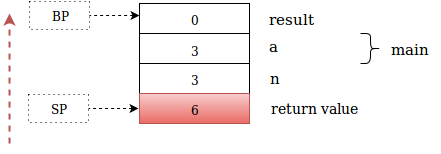
silcnitc/silcnitc.github.io keeps this draw.io diagram as img/data_structure_46.png. Above is the earlier version. Source tidied: cells renumbered, new cells last; positions are measured from the earlier drawing's top-left corner, leaving out a move shared by most shapes. The source it was exported from:
```xml
<mxGraphModel background="#ffffff">
  <root>
    <mxCell id="0" />
    <mxCell id="1" parent="0" />
    <mxCell id="2" style="whiteSpace=wrap;html=1;fillColor=#ffffff;strokeColor=#000000;" parent="1" vertex="1">
      <mxGeometry x="130" y="32" width="110" height="30" as="geometry" />
    </mxCell>
    <mxCell id="3" value="a" style="text;html=1;strokeColor=none;fillColor=none;align=center;verticalAlign=middle;whiteSpace=wrap;overflow=hidden;fontFamily=Gentium Basic;fontSize=15;" parent="1" vertex="1">
      <mxGeometry x="233" y="32" width="60" height="25" as="geometry" />
    </mxCell>
    <mxCell id="4" style="endArrow=classic;html=1;fontFamily=Gentium Basic;dashed=1;strokeWidth=2;fontColor=#E1D5E7;plain-red;" parent="1" edge="1">
      <mxGeometry x="314" y="114" as="geometry">
        <mxPoint y="142" as="sourcePoint" />
        <mxPoint y="12" as="targetPoint" />
      </mxGeometry>
    </mxCell>
    <mxCell id="5" value="3" style="text;html=1;strokeColor=none;fillColor=none;align=center;verticalAlign=middle;whiteSpace=wrap;overflow=hidden;fontFamily=Gentium Basic;" parent="1" vertex="1">
      <mxGeometry x="155" y="36" width="60" height="25" as="geometry" />
    </mxCell>
    <mxCell id="6" style="whiteSpace=wrap;html=1;fillColor=#ffffff;strokeColor=#000000;" parent="1" vertex="1">
      <mxGeometry x="130" y="62" width="110" height="30" as="geometry" />
    </mxCell>
    <mxCell id="7" value="3" style="text;html=1;strokeColor=none;fillColor=none;align=center;verticalAlign=middle;whiteSpace=wrap;overflow=hidden;fontFamily=Gentium Basic;" parent="1" vertex="1">
      <mxGeometry x="155" y="65" width="60" height="25" as="geometry" />
    </mxCell>
    <mxCell id="8" value="n &lt;br&gt;" style="text;html=1;strokeColor=none;fillColor=none;align=center;verticalAlign=middle;whiteSpace=wrap;overflow=hidden;fontFamily=Gentium Basic;fontSize=15;" parent="1" vertex="1">
      <mxGeometry x="235" y="64" width="60" height="25" as="geometry" />
    </mxCell>
    <mxCell id="9" style="whiteSpace=wrap;html=1;plain-red;" parent="1" vertex="1">
      <mxGeometry x="130" y="92" width="110" height="30" as="geometry" />
    </mxCell>
    <mxCell id="10" value="6" style="text;html=1;strokeColor=none;fillColor=none;align=center;verticalAlign=middle;whiteSpace=wrap;overflow=hidden;fontFamily=Gentium Basic;" parent="1" vertex="1">
      <mxGeometry x="155" y="95" width="60" height="25" as="geometry" />
    </mxCell>
    <mxCell id="11" style="whiteSpace=wrap;html=1;fillColor=#ffffff;strokeColor=#000000;" parent="1" vertex="1">
      <mxGeometry x="130" y="2" width="110" height="30" as="geometry" />
    </mxCell>
    <mxCell id="12" value="result" style="text;html=1;strokeColor=none;fillColor=none;align=center;verticalAlign=middle;whiteSpace=wrap;overflow=hidden;fontFamily=Gentium Basic;fontSize=15;" parent="1" vertex="1">
      <mxGeometry x="251" y="5" width="60" height="25" as="geometry" />
    </mxCell>
    <mxCell id="13" value="0" style="text;html=1;strokeColor=none;fillColor=none;align=center;verticalAlign=middle;whiteSpace=wrap;overflow=hidden;fontFamily=Gentium Basic;" parent="1" vertex="1">
      <mxGeometry x="155" y="5" width="60" height="25" as="geometry" />
    </mxCell>
    <mxCell id="14" value="return value&lt;br&gt;" style="text;html=1;strokeColor=none;fillColor=none;align=center;verticalAlign=middle;whiteSpace=wrap;overflow=hidden;fontFamily=Gentium Basic;fontSize=14;" parent="1" vertex="1">
      <mxGeometry x="235" y="94" width="139" height="27" as="geometry" />
    </mxCell>
    <mxCell id="15" style="shape=curlyBracket;whiteSpace=wrap;html=1;rounded=1;strokeColor=#000000;fontSize=14;direction=west;" parent="1" vertex="1">
      <mxGeometry x="351" y="32" width="20" height="30" as="geometry" />
    </mxCell>
    <mxCell id="16" value="main" style="text;html=1;strokeColor=none;fillColor=none;align=center;verticalAlign=middle;whiteSpace=wrap;overflow=hidden;fontFamily=Gentium Basic;fontSize=15;" parent="1" vertex="1">
      <mxGeometry x="370" y="35" width="60" height="25" as="geometry" />
    </mxCell>
    <mxCell id="17" style="endArrow=none;html=1;strokeWidth=1;fontFamily=Gentium Basic;fontSize=15;entryX=1;entryY=0.5;startArrow=classic;startFill=1;endFill=0;dashed=1;" parent="1" edge="1" target="18">
      <mxGeometry x="260" y="82" as="geometry">
        <mxPoint x="130" y="14" as="sourcePoint" />
      </mxGeometry>
    </mxCell>
    <mxCell id="18" value="BP &lt;br&gt;" style="text;html=1;strokeColor=#000000;fillColor=none;align=center;verticalAlign=middle;whiteSpace=wrap;overflow=hidden;rounded=0;shadow=0;glass=0;fontFamily=Gentium Basic;fontSize=12;dashed=1;dashPattern=1 4;" parent="1" vertex="1">
      <mxGeometry x="20" width="60" height="28" as="geometry" />
    </mxCell>
    <mxCell id="19" style="endArrow=none;html=1;strokeWidth=1;fontFamily=Gentium Basic;fontSize=15;entryX=1;entryY=0.5;startArrow=classic;startFill=1;endFill=0;dashed=1;" parent="1" edge="1" target="20">
      <mxGeometry x="259" y="175" as="geometry">
        <mxPoint x="129" y="107" as="sourcePoint" />
      </mxGeometry>
    </mxCell>
    <mxCell id="20" value="SP &lt;br&gt;" style="text;html=1;strokeColor=#000000;fillColor=none;align=center;verticalAlign=middle;whiteSpace=wrap;overflow=hidden;rounded=0;shadow=0;glass=0;fontFamily=Gentium Basic;fontSize=12;dashed=1;dashPattern=1 4;" parent="1" vertex="1">
      <mxGeometry x="19" y="93" width="60" height="28" as="geometry" />
    </mxCell>
  </root>
</mxGraphModel>
```
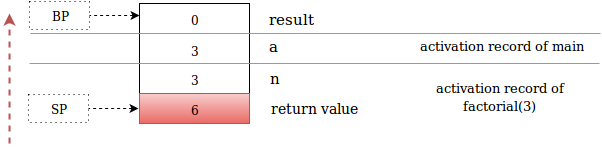
The same diagram one commit later.

Diff of the diagram source:
```diff
@@ -44,12 +44,6 @@
     <mxCell id="14" value="return value&lt;br&gt;" style="text;html=1;strokeColor=none;fillColor=none;align=center;verticalAlign=middle;whiteSpace=wrap;overflow=hidden;fontFamily=Gentium Basic;fontSize=14;" parent="1" vertex="1">
       <mxGeometry x="235" y="94" width="139" height="27" as="geometry" />
     </mxCell>
-    <mxCell id="15" style="shape=curlyBracket;whiteSpace=wrap;html=1;rounded=1;strokeColor=#000000;fontSize=14;direction=west;" parent="1" vertex="1">
-      <mxGeometry x="351" y="32" width="20" height="30" as="geometry" />
-    </mxCell>
-    <mxCell id="16" value="main" style="text;html=1;strokeColor=none;fillColor=none;align=center;verticalAlign=middle;whiteSpace=wrap;overflow=hidden;fontFamily=Gentium Basic;fontSize=15;" parent="1" vertex="1">
-      <mxGeometry x="370" y="35" width="60" height="25" as="geometry" />
-    </mxCell>
     <mxCell id="17" style="endArrow=none;html=1;strokeWidth=1;fontFamily=Gentium Basic;fontSize=15;entryX=1;entryY=0.5;startArrow=classic;startFill=1;endFill=0;dashed=1;" parent="1" edge="1" target="18">
       <mxGeometry x="260" y="82" as="geometry">
         <mxPoint x="130" y="14" as="sourcePoint" />
@@ -66,5 +60,17 @@
     <mxCell id="20" value="SP &lt;br&gt;" style="text;html=1;strokeColor=#000000;fillColor=none;align=center;verticalAlign=middle;whiteSpace=wrap;overflow=hidden;rounded=0;shadow=0;glass=0;fontFamily=Gentium Basic;fontSize=12;dashed=1;dashPattern=1 4;" parent="1" vertex="1">
       <mxGeometry x="19" y="93" width="60" height="28" as="geometry" />
     </mxCell>
+    <mxCell id="21" value="&lt;font style=&quot;font-size: 13px&quot;&gt;activation record of main&lt;/font&gt;" style="text;html=1;strokeColor=none;fillColor=none;align=center;verticalAlign=middle;whiteSpace=wrap;overflow=hidden;fontFamily=Gentium Basic;fontSize=15;" parent="1" vertex="1">
+      <mxGeometry x="400" y="21" width="184" height="46" as="geometry" />
+    </mxCell>
+    <mxCell id="22" style="verticalLabelPosition=bottom;shadow=0;dashed=0;align=center;html=1;verticalAlign=top;strokeWidth=1;shape=mxgraph.mockup.markup.line;strokeColor=#999999;" parent="1" vertex="1">
+      <mxGeometry x="20" y="52" width="570" height="20" as="geometry" />
+    </mxCell>
+    <mxCell id="23" style="verticalLabelPosition=bottom;shadow=0;dashed=0;align=center;html=1;verticalAlign=top;strokeWidth=1;shape=mxgraph.mockup.markup.line;strokeColor=#999999;" parent="1" vertex="1">
+      <mxGeometry x="21" y="22" width="570" height="20" as="geometry" />
+    </mxCell>
+    <mxCell id="24" value="&lt;font style=&quot;font-size: 13px&quot;&gt;activation record of factorial(3)&lt;br&gt;&lt;/font&gt;" style="text;html=1;strokeColor=none;fillColor=none;align=center;verticalAlign=middle;whiteSpace=wrap;overflow=hidden;fontFamily=Gentium Basic;fontSize=15;" parent="1" vertex="1">
+      <mxGeometry x="399" y="72" width="184" height="46" as="geometry" />
+    </mxCell>
   </root>
 </mxGraphModel>
```
